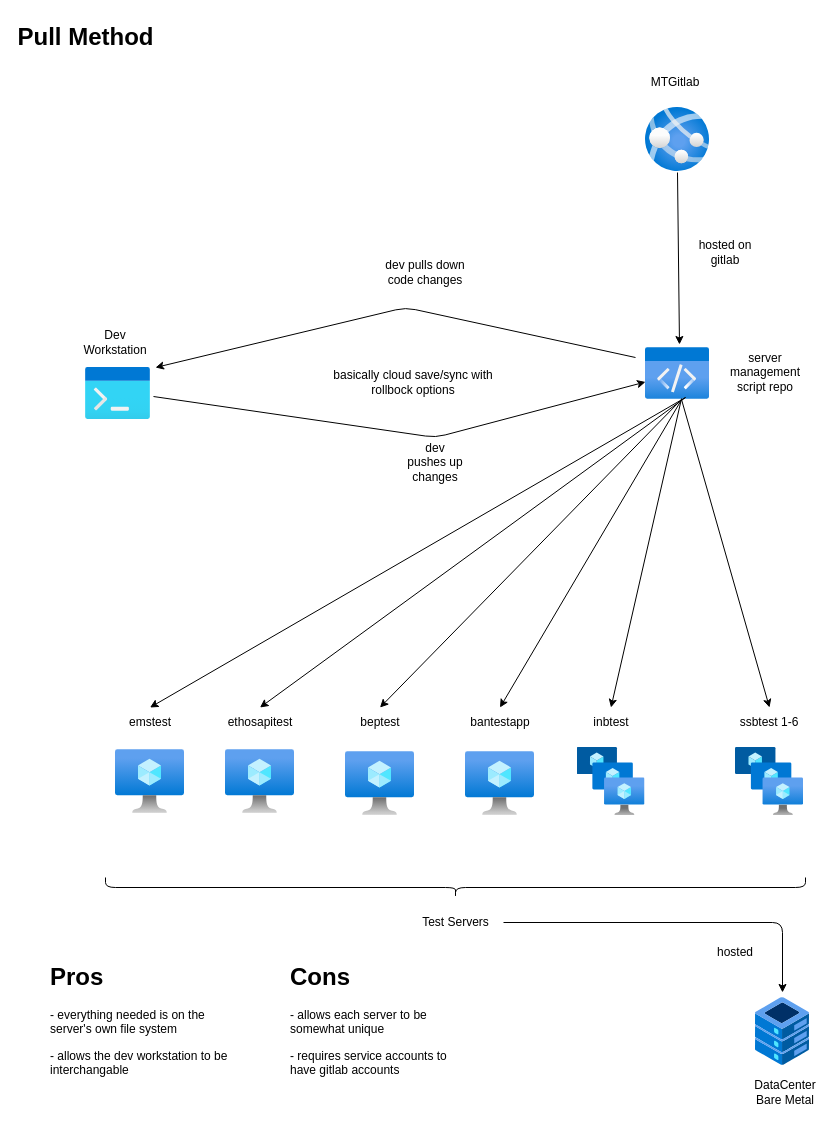
This is assets/drawio/pull_model.drawio from besmith43/tool_docs, a draw.io file, before an edit. Source tidied: cells renumbered, new cells numbered last; positions are measured from the earlier drawing's top-left corner, leaving out a move shared by most shapes. Both pictures are drawn from the tidied source at 100%, with x=0, y=0 at pixel (35, 17).
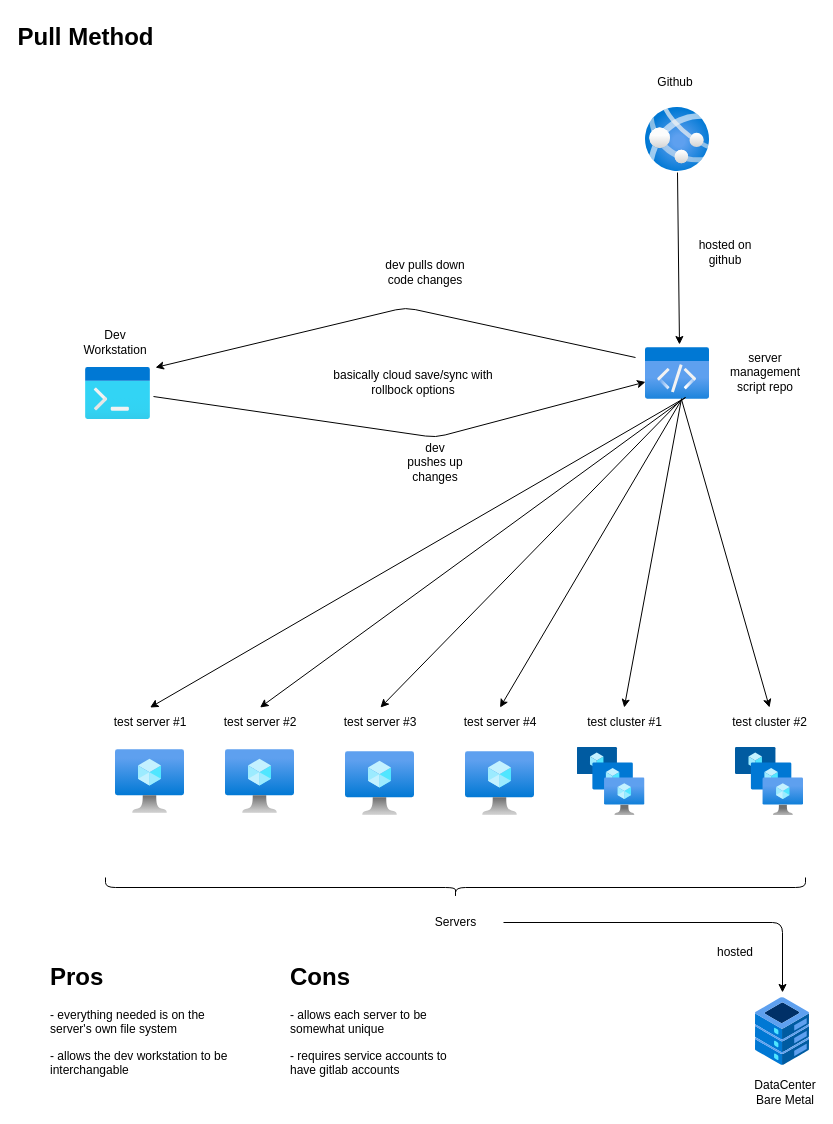
The same page after the edit.

Commit message (it also covers changes not shown here):
generic names

Change to the diagram source:
```diff
@@
-    <mxCell id="4" value="MTGitlab" style="text;html=1;strokeColor=none;fillColor=none;align=center;verticalAlign=middle;whiteSpace=wrap;rounded=0;" parent="1" vertex="1">
+    <mxCell id="4" value="Github" style="text;html=1;strokeColor=none;fillColor=none;align=center;verticalAlign=middle;whiteSpace=wrap;rounded=0;" parent="1" vertex="1">
       <mxGeometry x="610" y="50" width="60" height="30" as="geometry" />
     </mxCell>
@@
-    <mxCell id="12" value="ethosapitest" style="text;html=1;strokeColor=none;fillColor=none;align=center;verticalAlign=middle;whiteSpace=wrap;rounded=0;" parent="1" vertex="1">
-      <mxGeometry x="194.5" y="690" width="60" height="30" as="geometry" />
+    <mxCell id="12" value="test server #2" style="text;html=1;strokeColor=none;fillColor=none;align=center;verticalAlign=middle;whiteSpace=wrap;rounded=0;" parent="1" vertex="1">
+      <mxGeometry x="181.8" y="690" width="85.5" height="30" as="geometry" />
     </mxCell>
-    <mxCell id="13" value="beptest" style="text;html=1;strokeColor=none;fillColor=none;align=center;verticalAlign=middle;whiteSpace=wrap;rounded=0;" parent="1" vertex="1">
-      <mxGeometry x="314.5" y="690" width="60" height="30" as="geometry" />
+    <mxCell id="13" value="test server #3" style="text;html=1;strokeColor=none;fillColor=none;align=center;verticalAlign=middle;whiteSpace=wrap;rounded=0;" parent="1" vertex="1">
+      <mxGeometry x="302.2" y="690" width="85.5" height="30" as="geometry" />
     </mxCell>
-    <mxCell id="14" value="bantestapp" style="text;html=1;strokeColor=none;fillColor=none;align=center;verticalAlign=middle;whiteSpace=wrap;rounded=0;" parent="1" vertex="1">
-      <mxGeometry x="434.5" y="690" width="60" height="30" as="geometry" />
+    <mxCell id="14" value="test server #4" style="text;html=1;strokeColor=none;fillColor=none;align=center;verticalAlign=middle;whiteSpace=wrap;rounded=0;" parent="1" vertex="1">
+      <mxGeometry x="421.8" y="690" width="85.5" height="30" as="geometry" />
     </mxCell>
-    <mxCell id="15" value="inbtest" style="text;html=1;strokeColor=none;fillColor=none;align=center;verticalAlign=middle;whiteSpace=wrap;rounded=0;" parent="1" vertex="1">
-      <mxGeometry x="545.5" y="690" width="60" height="30" as="geometry" />
+    <mxCell id="15" value="test cluster #1" style="text;html=1;strokeColor=none;fillColor=none;align=center;verticalAlign=middle;whiteSpace=wrap;rounded=0;" parent="1" vertex="1">
+      <mxGeometry x="541.5" y="690" width="94.5" height="30" as="geometry" />
     </mxCell>
-    <mxCell id="16" value="ssbtest 1-6" style="text;html=1;strokeColor=none;fillColor=none;align=center;verticalAlign=middle;whiteSpace=wrap;rounded=0;" parent="1" vertex="1">
-      <mxGeometry x="701" y="690" width="66" height="30" as="geometry" />
+    <mxCell id="16" value="test cluster #2" style="text;html=1;strokeColor=none;fillColor=none;align=center;verticalAlign=middle;whiteSpace=wrap;rounded=0;" parent="1" vertex="1">
+      <mxGeometry x="690.5" y="690" width="87" height="30" as="geometry" />
     </mxCell>
@@
-    <mxCell id="18" value="emstest" style="text;html=1;strokeColor=none;fillColor=none;align=center;verticalAlign=middle;whiteSpace=wrap;rounded=0;" parent="1" vertex="1">
-      <mxGeometry x="84.5" y="690" width="60" height="30" as="geometry" />
+    <mxCell id="18" value="test server #1" style="text;html=1;strokeColor=none;fillColor=none;align=center;verticalAlign=middle;whiteSpace=wrap;rounded=0;" parent="1" vertex="1">
+      <mxGeometry x="71.8" y="690" width="85.5" height="30" as="geometry" />
     </mxCell>
@@
-    <mxCell id="20" value="Test Servers" style="text;html=1;strokeColor=none;fillColor=none;align=center;verticalAlign=middle;whiteSpace=wrap;rounded=0;" parent="1" vertex="1">
+    <mxCell id="20" value="Servers" style="text;html=1;strokeColor=none;fillColor=none;align=center;verticalAlign=middle;whiteSpace=wrap;rounded=0;" parent="1" vertex="1">
       <mxGeometry x="373" y="890" width="95" height="30" as="geometry" />
     </mxCell>
@@
-    <mxCell id="24" value="hosted on gitlab" style="text;html=1;strokeColor=none;fillColor=none;align=center;verticalAlign=middle;whiteSpace=wrap;rounded=0;" parent="1" vertex="1">
+    <mxCell id="24" value="hosted on github" style="text;html=1;strokeColor=none;fillColor=none;align=center;verticalAlign=middle;whiteSpace=wrap;rounded=0;" parent="1" vertex="1">
       <mxGeometry x="660" y="220" width="60" height="30" as="geometry" />
     </mxCell>
```
